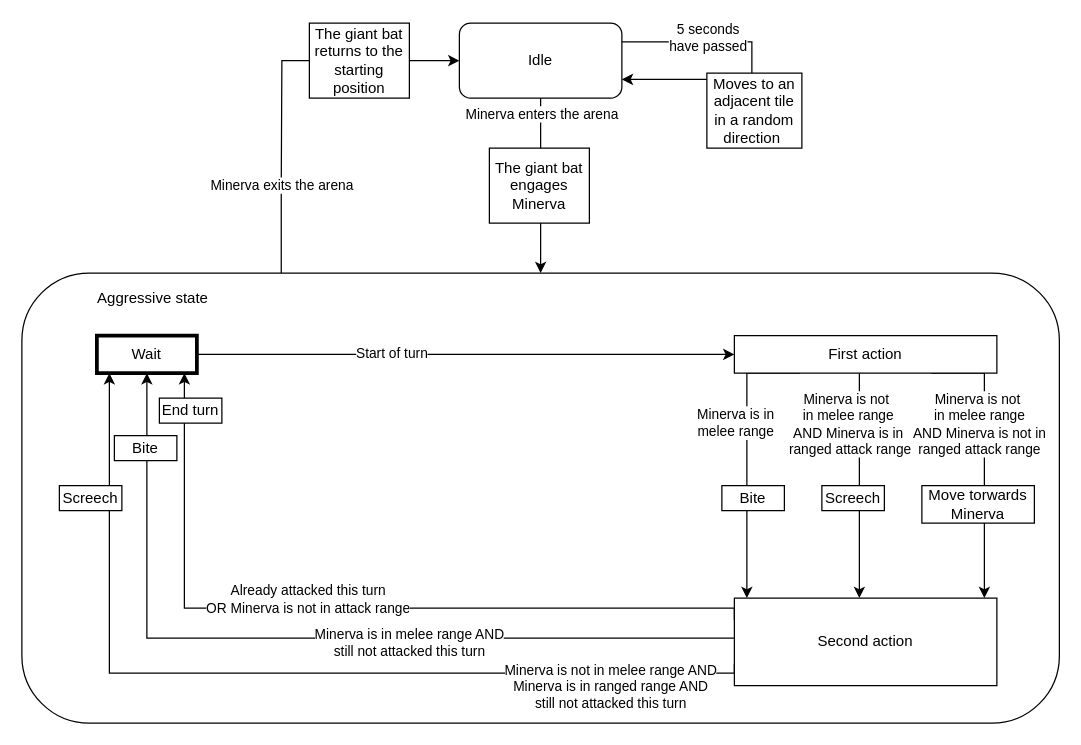
Earlier version of the draw.io diagram Enemies/Enemy Behaviours/GiantBat_AI.drawio (andreacarrarini/HP_The_Dark_Lady_awakens). Source tidied: cells renumbered, new cells numbered last; positions are measured from the earlier drawing's top-left corner, leaving out a move shared by most shapes. Both pictures are drawn from the tidied source at 125%, with x=0, y=0 at pixel (21, 22).
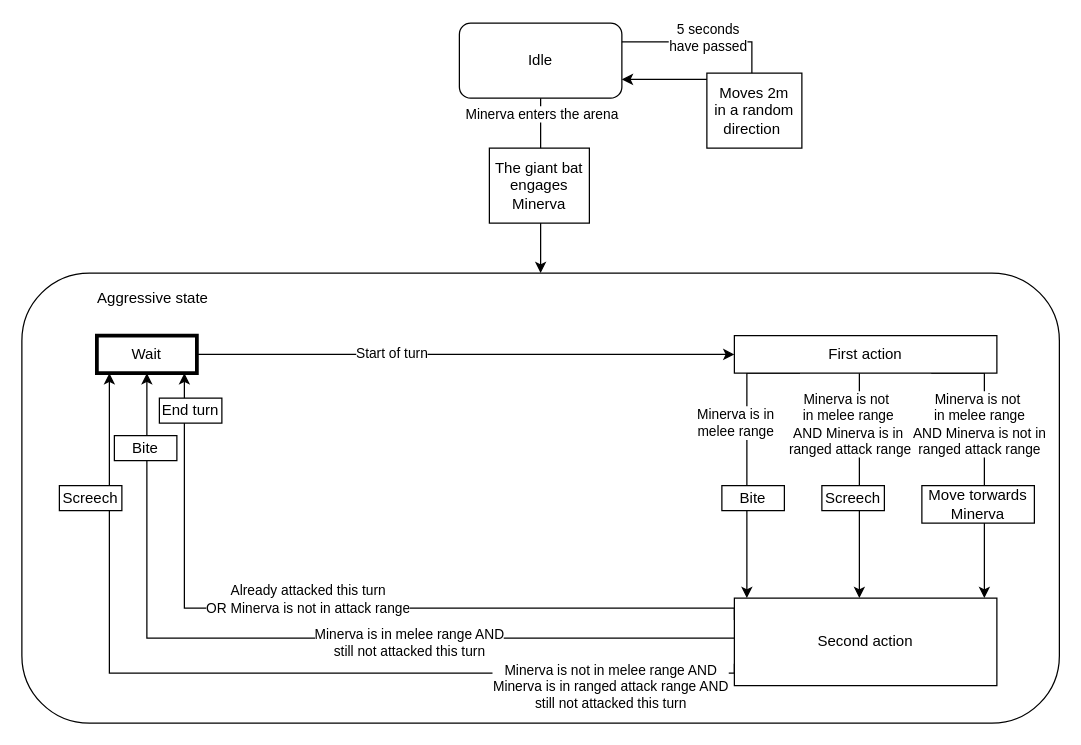
After the change.

The change refers to these unchanged cells:
```xml
<mxCell id="2" value="Idle" style="rounded=1;whiteSpace=wrap;html=1;" parent="1" vertex="1">
  <mxGeometry x="350" width="130" height="60" as="geometry" />
</mxCell>
<mxCell id="5" style="rounded=1;whiteSpace=wrap;html=1;align=left;" parent="1" vertex="1">
  <mxGeometry y="200" width="830" height="360" as="geometry" />
</mxCell>
<mxCell id="21" style="edgeStyle=orthogonalEdgeStyle;rounded=0;jettySize=auto;html=1;exitX=0;exitY=0.75;exitDx=0;exitDy=0;" parent="6" edge="1" source="23">
  <mxGeometry relative="1" as="geometry">
    <mxPoint x="70" y="280" as="targetPoint" />
    <Array as="points">
      <mxPoint x="570" y="520" />
      <mxPoint x="70" y="520" />
    </Array>
  </mxGeometry>
</mxCell>
```

Change to the diagram source:
```diff
@@
-    <mxCell id="3" style="edgeStyle=orthogonalEdgeStyle;rounded=0;jettySize=auto;html=1;exitX=0.25;exitY=0;exitDx=0;exitDy=0;entryX=0;entryY=0.5;entryDx=0;entryDy=0;" parent="1" edge="1" source="5" target="2">
-      <mxGeometry relative="1" as="geometry">
-        <Array as="points">
-          <mxPoint x="208" y="130" />
-          <mxPoint x="208" y="30" />
-        </Array>
-      </mxGeometry>
-    </mxCell>
-    <mxCell id="4" value="Minerva exits the arena" style="edgeLabel;html=1;align=center;verticalAlign=middle;" parent="3" vertex="1">
-      <mxGeometry x="-0.38" relative="1" as="geometry">
-        <mxPoint y="26.7" as="offset" />
-      </mxGeometry>
-    </mxCell>
@@
-    <mxCell id="22" value="Minerva is not in melee range AND&lt;br&gt;Minerva is in ranged range AND&lt;br&gt;still not attacked this turn" style="edgeLabel;html=1;align=center;verticalAlign=middle;" parent="21" vertex="1">
+    <mxCell id="22" value="Minerva is not in melee range AND&lt;br&gt;Minerva is in ranged attack range AND&lt;br&gt;still not attacked this turn" style="edgeLabel;html=1;align=center;verticalAlign=middle;" parent="21" vertex="1">
       <mxGeometry x="-0.54" y="-1" relative="1" as="geometry">
         <mxPoint x="64.5" y="11" as="offset" />
       </mxGeometry>
     </mxCell>
@@
-    <mxCell id="28" value="The giant bat returns to the starting position" style="text;html=1;align=center;verticalAlign=middle;whiteSpace=wrap;rounded=0;fillColor=#ffffff;strokeColor=#000000;" parent="27" vertex="1">
-      <mxGeometry x="230" width="80" height="60" as="geometry" />
-    </mxCell>
@@
-    <mxCell id="39" value="Moves to an adjacent tile&lt;br&gt;in a random direction&amp;nbsp;" style="text;html=1;align=center;verticalAlign=middle;whiteSpace=wrap;rounded=0;fillColor=#ffffff;strokeColor=#000000;" parent="27" vertex="1">
+    <mxCell id="39" value="Moves 2m&lt;br&gt;in a random direction&amp;nbsp;" style="text;html=1;align=center;verticalAlign=middle;whiteSpace=wrap;rounded=0;fillColor=#ffffff;strokeColor=#000000;" parent="27" vertex="1">
       <mxGeometry x="548" y="40" width="76" height="60" as="geometry" />
     </mxCell>
```
